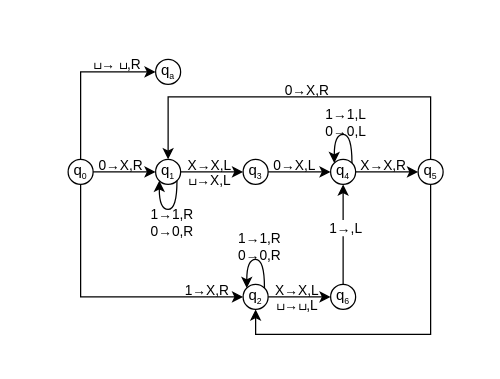
The draw.io diagram CSC 320/320A5Q1.drawio in amirabdullahi1/gold, before the edit. Source tidied: cells renumbered, new cells numbered last; positions are measured from the earlier drawing's top-left corner, leaving out a move shared by most shapes. Both pictures are drawn from the tidied source at 125%, with x=0, y=0 at pixel (68, 59).
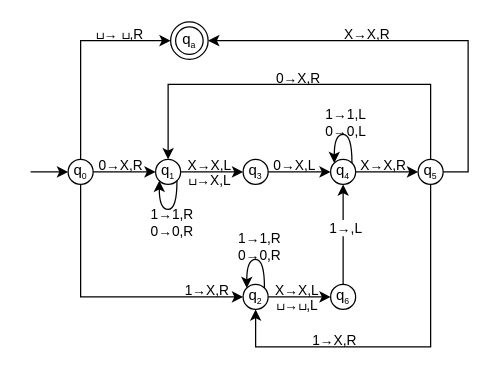
After the change.

The change refers to these unchanged cells:
```xml
<mxCell id="8" value="q&lt;sub&gt;&lt;font style=&quot;font-size: 7px;&quot;&gt;0&lt;/font&gt;&lt;/sub&gt;" style="ellipse;whiteSpace=wrap;html=1;" parent="1" vertex="1">
  <mxGeometry y="80" width="20" height="20" as="geometry" />
</mxCell>
<mxCell id="11" value="q&lt;sub&gt;&lt;font style=&quot;font-size: 7px;&quot;&gt;1&lt;/font&gt;&lt;/sub&gt;" style="ellipse;whiteSpace=wrap;html=1;" parent="1" vertex="1">
  <mxGeometry x="70" y="80" width="20" height="20" as="geometry" />
</mxCell>
<mxCell id="18" value="q&lt;sub&gt;&lt;font style=&quot;font-size: 7px;&quot;&gt;5&lt;/font&gt;&lt;/sub&gt;" style="ellipse;whiteSpace=wrap;html=1;" parent="1" vertex="1">
  <mxGeometry x="280" y="80" width="20" height="20" as="geometry" />
</mxCell>
<mxCell id="31" value="q&lt;sub&gt;&lt;font style=&quot;font-size: 7px;&quot;&gt;2&lt;/font&gt;&lt;/sub&gt;" style="ellipse;whiteSpace=wrap;html=1;" parent="1" vertex="1">
  <mxGeometry x="140" y="180" width="20" height="20" as="geometry" />
</mxCell>
```

The edit, as a diff of the source:
```diff
@@
     <mxCell id="4" style="rounded=0;jettySize=auto;html=1;entryX=0;entryY=0.5;entryDx=0;entryDy=0;edgeStyle=orthogonalEdgeStyle;" parent="1" edge="1" source="8" target="26">
       <mxGeometry relative="1" as="geometry">
         <Array as="points">
-          <mxPoint x="10" y="10" />
+          <mxPoint x="10" y="-15" />
         </Array>
       </mxGeometry>
     </mxCell>
-    <mxCell id="5" value="ப→ ப,R" style="edgeLabel;html=1;align=center;verticalAlign=middle;labelBackgroundColor=none;" parent="4" vertex="1">
-      <mxGeometry x="-0.12" relative="1" as="geometry">
-        <mxPoint x="28" y="-20" as="offset" />
+    <mxCell id="5" value="&lt;span style=&quot;&quot;&gt;ப→ ப,R&lt;/span&gt;" style="edgeLabel;html=1;align=center;verticalAlign=middle;labelBackgroundColor=none;" parent="4" vertex="1">
+      <mxGeometry x="0.51" y="2" relative="1" as="geometry">
+        <mxPoint x="-1" y="-4" as="offset" />
       </mxGeometry>
     </mxCell>
@@
+    <mxCell id="37" style="rounded=0;jettySize=auto;html=1;entryX=0;entryY=0.5;entryDx=0;entryDy=0;" parent="1" edge="1" target="8">
+      <mxGeometry relative="1" as="geometry">
+        <mxPoint x="-30" y="90" as="sourcePoint" />
+      </mxGeometry>
+    </mxCell>
@@
     <mxCell id="16" style="edgeStyle=orthogonalEdgeStyle;rounded=0;jettySize=auto;html=1;entryX=0.5;entryY=0;entryDx=0;entryDy=0;" parent="1" edge="1" source="18" target="11">
       <mxGeometry relative="1" as="geometry">
         <Array as="points">
-          <mxPoint x="290" y="30" />
-          <mxPoint x="80" y="30" />
+          <mxPoint x="290" y="20" />
+          <mxPoint x="80" y="20" />
         </Array>
       </mxGeometry>
     </mxCell>
+    <mxCell id="38" value="0→X,R" style="edgeLabel;html=1;align=center;verticalAlign=middle;labelBackgroundColor=none;" parent="16" vertex="1">
+      <mxGeometry x="0.01" y="-2" relative="1" as="geometry">
+        <mxPoint y="-4" as="offset" />
+      </mxGeometry>
+    </mxCell>
     <mxCell id="17" style="edgeStyle=orthogonalEdgeStyle;rounded=0;jettySize=auto;html=1;entryX=0.5;entryY=1;entryDx=0;entryDy=0;" parent="1" edge="1" source="18" target="31">
       <mxGeometry relative="1" as="geometry">
         <Array as="points">
-          <mxPoint x="290" y="220" />
-          <mxPoint x="150" y="220" />
+          <mxPoint x="290" y="230" />
+          <mxPoint x="150" y="230" />
         </Array>
       </mxGeometry>
     </mxCell>
+    <mxCell id="39" value="1→X,R" style="edgeLabel;html=1;align=center;verticalAlign=middle;labelBackgroundColor=none;" parent="17" vertex="1">
+      <mxGeometry x="0.42" y="-1" relative="1" as="geometry">
+        <mxPoint x="5" y="-5" as="offset" />
+      </mxGeometry>
+    </mxCell>
+    <mxCell id="40" style="edgeStyle=orthogonalEdgeStyle;rounded=0;jettySize=auto;html=1;entryX=1;entryY=0.5;entryDx=0;entryDy=0;" parent="1" edge="1" source="18" target="26">
+      <mxGeometry relative="1" as="geometry">
+        <Array as="points">
+          <mxPoint x="320" y="90" />
+          <mxPoint x="320" y="-15" />
+        </Array>
+      </mxGeometry>
+    </mxCell>
+    <mxCell id="41" value="X→X,R" style="edgeLabel;html=1;align=center;verticalAlign=middle;labelBackgroundColor=none;" parent="40" vertex="1">
+      <mxGeometry x="0.27" relative="1" as="geometry">
+        <mxPoint x="4" y="-6" as="offset" />
+      </mxGeometry>
+    </mxCell>
@@
-    <mxCell id="26" value="q&lt;sub&gt;&lt;font style=&quot;font-size: 7px;&quot;&gt;a&lt;/font&gt;&lt;/sub&gt;" style="ellipse;whiteSpace=wrap;html=1;" parent="1" vertex="1">
-      <mxGeometry x="70" width="20" height="20" as="geometry" />
-    </mxCell>
-    <mxCell id="27" value="0&lt;font face=&quot;Arial, sans-serif&quot;&gt;&lt;span style=&quot;white-space: pre-wrap;&quot;&gt;→X,R&lt;/span&gt;&lt;/font&gt;" style="edgeLabel;html=1;align=center;verticalAlign=middle;labelBackgroundColor=none;" parent="1" vertex="1">
-      <mxGeometry x="189" y="27" as="geometry">
-        <mxPoint x="1" y="-3" as="offset" />
-      </mxGeometry>
-    </mxCell>
@@
+    <mxCell id="26" value="q&lt;sub&gt;&lt;font style=&quot;font-size: 7px;&quot;&gt;a&lt;/font&gt;&lt;/sub&gt;" style="ellipse;shape=doubleEllipse;whiteSpace=wrap;html=1;" parent="1" vertex="1">
+      <mxGeometry x="82" y="-30" width="30" height="30" as="geometry" />
+    </mxCell>
```
